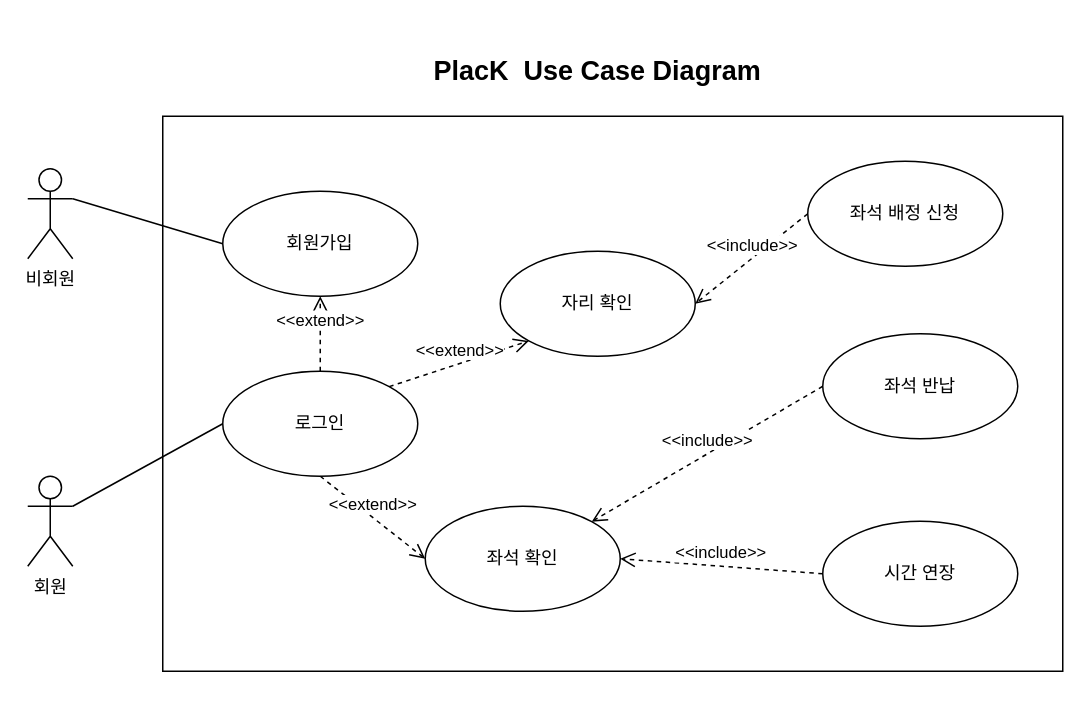
This is placeKuml.drawio from cherror/placeK, a draw.io file, before an edit. Source tidied: cells renumbered, new cells numbered last; positions are measured from the earlier drawing's top-left corner, leaving out a move shared by most shapes. Both pictures are drawn from the tidied source at 150%, with x=0, y=0 at pixel (27, 26).
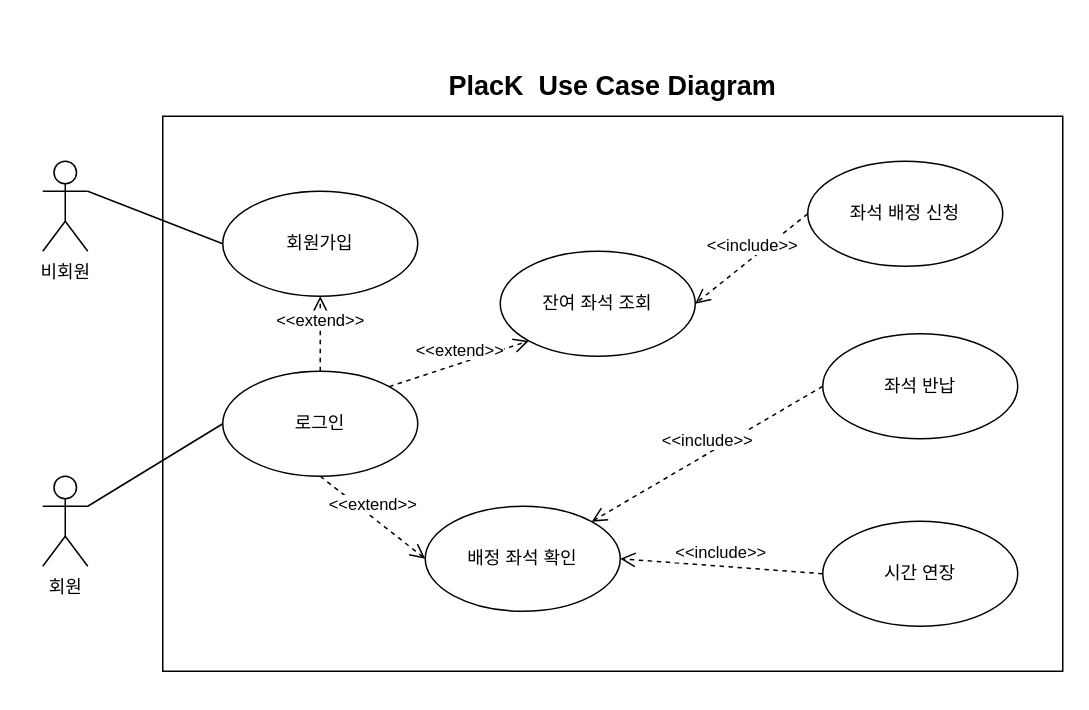
The same diagram, later.

Commit message:
fix use case name

Change to the diagram source:
```diff
@@
     <mxCell id="3" value="회원" style="shape=umlActor;verticalLabelPosition=bottom;verticalAlign=top;html=1;" parent="1" vertex="1">
-      <mxGeometry y="300" width="30" height="60" as="geometry" />
+      <mxGeometry x="10" y="300" width="30" height="60" as="geometry" />
     </mxCell>
     <mxCell id="4" value="비회원" style="shape=umlActor;verticalLabelPosition=bottom;verticalAlign=top;html=1;" parent="1" vertex="1">
-      <mxGeometry y="95" width="30" height="60" as="geometry" />
+      <mxGeometry x="10" y="90" width="30" height="60" as="geometry" />
     </mxCell>
     <mxCell id="5" value="&lt;b&gt;&lt;font style=&quot;font-size: 18px;&quot;&gt;PlacK&amp;nbsp; Use Case Diagram&lt;/font&gt;&lt;/b&gt;" style="text;strokeColor=none;fillColor=none;align=left;verticalAlign=middle;spacingLeft=4;spacingRight=4;overflow=hidden;whiteSpace=wrap;html=1;" parent="1" vertex="1">
-      <mxGeometry x="265" width="230" height="60" as="geometry" />
+      <mxGeometry x="275" y="10" width="230" height="60" as="geometry" />
     </mxCell>
@@
-    <mxCell id="10" value="자리 확인" style="ellipse;whiteSpace=wrap;html=1;" parent="1" vertex="1">
+    <mxCell id="10" value="잔여 좌석 조회" style="ellipse;whiteSpace=wrap;html=1;" parent="1" vertex="1">
       <mxGeometry x="315" y="150" width="130" height="70" as="geometry" />
     </mxCell>
-    <mxCell id="11" value="좌석 확인" style="ellipse;whiteSpace=wrap;html=1;" parent="1" vertex="1">
+    <mxCell id="11" value="배정 좌석 확인" style="ellipse;whiteSpace=wrap;html=1;" parent="1" vertex="1">
       <mxGeometry x="265" y="320" width="130" height="70" as="geometry" />
     </mxCell>
```
